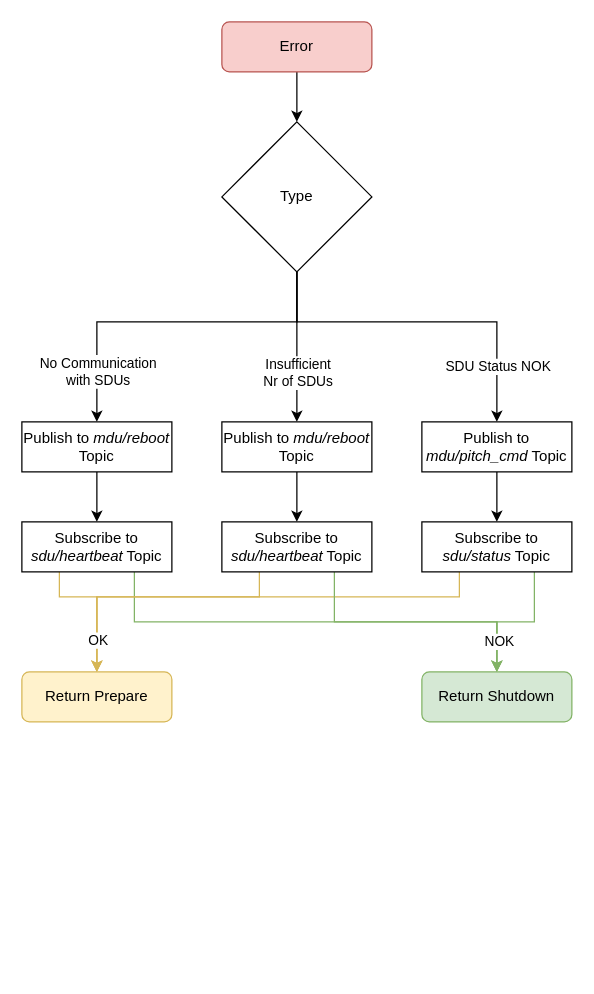
Above: page "SDU_ERROR" (9 of 10) of MESCC/2nd_year/2nd_semester/system_diagram.drawio in carlosrijo9/ISEP (draw.io), before the change. Source tidied: cells renumbered, new cells numbered last; positions are measured from the earlier drawing's top-left corner, leaving out a move shared by most shapes. Both pictures are drawn from the tidied source at 125%, with x=0, y=0 at pixel (21, 21).
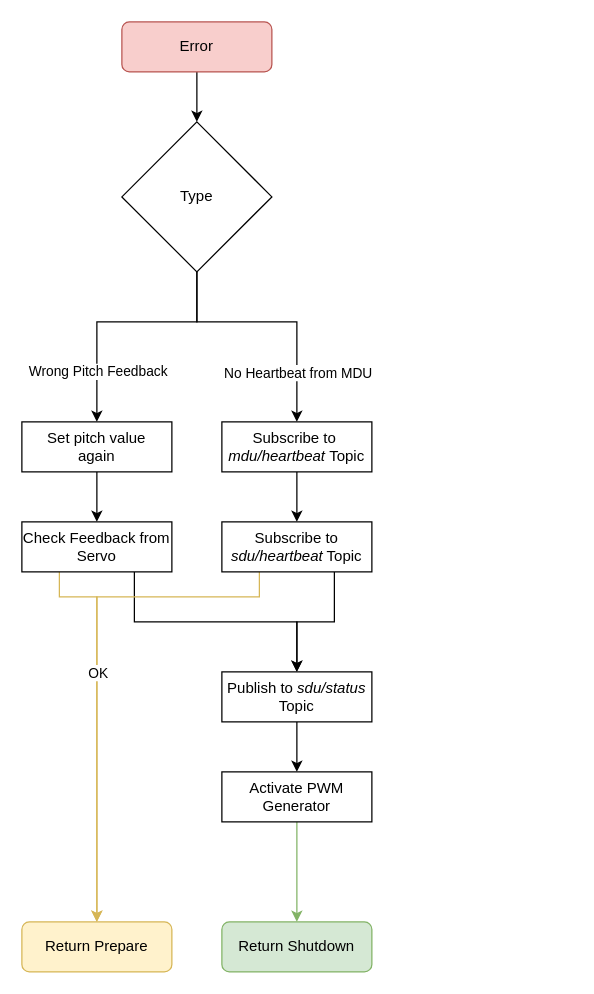
The same diagram, later.

Unchanged cells that the change refers to:
```xml
<mxCell id="25" style="edgeStyle=orthogonalEdgeStyle;rounded=0;jettySize=auto;html=1;exitX=0.25;exitY=1;exitDx=0;exitDy=0;entryX=0.5;entryY=0;entryDx=0;entryDy=0;fillColor=#fff2cc;strokeColor=#d6b656;" parent="1" edge="1" source="27" target="28">
  <mxGeometry relative="1" as="geometry">
    <Array as="points">
      <mxPoint x="190" y="460" />
      <mxPoint x="60" y="460" />
    </Array>
  </mxGeometry>
</mxCell>
<mxCell id="27" value="Subscribe to &lt;i&gt;sdu/heartbeat&lt;/i&gt; Topic" style="rounded=0;whiteSpace=wrap;html=1;" parent="1" vertex="1">
  <mxGeometry x="160" y="400" width="120" height="40" as="geometry" />
</mxCell>
```

Diff of the diagram source:
```diff
@@
     <mxCell id="3" value="Error" style="rounded=1;whiteSpace=wrap;html=1;fillColor=#f8cecc;strokeColor=#b85450;" parent="1" vertex="1">
-      <mxGeometry x="160" width="120" height="40" as="geometry" />
+      <mxGeometry x="80" width="120" height="40" as="geometry" />
     </mxCell>
     <mxCell id="4" style="edgeStyle=orthogonalEdgeStyle;rounded=0;jettySize=auto;html=1;exitX=0.5;exitY=1;exitDx=0;exitDy=0;entryX=0.5;entryY=0;entryDx=0;entryDy=0;" parent="1" edge="1" source="10" target="12">
       <mxGeometry relative="1" as="geometry">
         <Array as="points">
-          <mxPoint x="220" y="240" />
+          <mxPoint x="140" y="240" />
           <mxPoint x="60" y="240" />
         </Array>
       </mxGeometry>
     </mxCell>
-    <mxCell id="5" value="No Communication&lt;br&gt;with SDUs" style="edgeLabel;html=1;align=center;verticalAlign=middle;" parent="4" vertex="1">
+    <mxCell id="5" value="Wrong Pitch Feedback" style="edgeLabel;html=1;align=center;verticalAlign=middle;" parent="4" vertex="1">
       <mxGeometry x="0.76" y="1" relative="1" as="geometry">
-        <mxPoint x="-1" y="-7" as="offset" />
+        <mxPoint x="-1" y="-17" as="offset" />
       </mxGeometry>
     </mxCell>
     <mxCell id="6" style="edgeStyle=orthogonalEdgeStyle;rounded=0;jettySize=auto;html=1;exitX=0.5;exitY=1;exitDx=0;exitDy=0;entryX=0.5;entryY=0;entryDx=0;entryDy=0;" parent="1" edge="1" source="10" target="16">
-      <mxGeometry relative="1" as="geometry" />
+      <mxGeometry relative="1" as="geometry">
+        <Array as="points">
+          <mxPoint x="140" y="240" />
+          <mxPoint x="220" y="240" />
+        </Array>
+      </mxGeometry>
     </mxCell>
-    <mxCell id="7" value="Insufficient&lt;br&gt;Nr of SDUs" style="edgeLabel;html=1;align=center;verticalAlign=middle;" parent="6" vertex="1">
+    <mxCell id="7" value="No Heartbeat from MDU" style="edgeLabel;html=1;align=center;verticalAlign=middle;" parent="6" vertex="1">
       <mxGeometry x="0.49" y="-2" relative="1" as="geometry">
-        <mxPoint x="2" y="-9" as="offset" />
+        <mxPoint x="2" y="11" as="offset" />
       </mxGeometry>
     </mxCell>
-    <mxCell id="8" style="edgeStyle=orthogonalEdgeStyle;rounded=0;jettySize=auto;html=1;exitX=0.5;exitY=1;exitDx=0;exitDy=0;entryX=0.5;entryY=0;entryDx=0;entryDy=0;" parent="1" edge="1" source="10" target="14">
-      <mxGeometry relative="1" as="geometry">
-        <Array as="points">
-          <mxPoint x="220" y="240" />
-          <mxPoint x="380" y="240" />
-        </Array>
-      </mxGeometry>
-    </mxCell>
-    <mxCell id="9" value="SDU Status NOK" style="edgeLabel;html=1;align=center;verticalAlign=middle;" parent="8" vertex="1">
-      <mxGeometry x="0.68" y="-1" relative="1" as="geometry">
-        <mxPoint x="1" as="offset" />
-      </mxGeometry>
-    </mxCell>
     <mxCell id="10" value="Type" style="rhombus;whiteSpace=wrap;html=1;" parent="1" vertex="1">
-      <mxGeometry x="160" y="80" width="120" height="120" as="geometry" />
+      <mxGeometry x="80" y="80" width="120" height="120" as="geometry" />
     </mxCell>
@@
-    <mxCell id="12" value="Publish to &lt;i&gt;mdu/reboot&lt;/i&gt; Topic" style="rounded=0;whiteSpace=wrap;html=1;" parent="1" vertex="1">
+    <mxCell id="12" value="Set pitch value&lt;br style=&quot;border-color: var(--border-color);&quot;&gt;again" style="rounded=0;whiteSpace=wrap;html=1;" parent="1" vertex="1">
       <mxGeometry y="320" width="120" height="40" as="geometry" />
     </mxCell>
-    <mxCell id="13" style="edgeStyle=orthogonalEdgeStyle;rounded=0;jettySize=auto;html=1;" parent="1" edge="1" source="14" target="22">
-      <mxGeometry relative="1" as="geometry" />
-    </mxCell>
-    <mxCell id="14" value="Publish to &lt;i&gt;mdu/pitch_cmd&lt;/i&gt; Topic" style="rounded=0;whiteSpace=wrap;html=1;" parent="1" vertex="1">
-      <mxGeometry x="320" y="320" width="120" height="40" as="geometry" />
-    </mxCell>
@@
-    <mxCell id="16" value="Publish to &lt;i&gt;mdu/reboot&lt;/i&gt; Topic" style="rounded=0;whiteSpace=wrap;html=1;" parent="1" vertex="1">
+    <mxCell id="16" value="Subscribe to&amp;nbsp;&lt;br&gt;&lt;i style=&quot;border-color: var(--border-color);&quot;&gt;mdu/heartbeat&lt;/i&gt;&amp;nbsp;Topic" style="rounded=0;whiteSpace=wrap;html=1;" parent="1" vertex="1">
       <mxGeometry x="160" y="320" width="120" height="40" as="geometry" />
     </mxCell>
-    <mxCell id="17" style="edgeStyle=orthogonalEdgeStyle;rounded=0;jettySize=auto;html=1;exitX=0.75;exitY=1;exitDx=0;exitDy=0;entryX=0.5;entryY=0;entryDx=0;entryDy=0;fillColor=#d5e8d4;strokeColor=#82b366;" parent="1" edge="1" source="19" target="29">
+    <mxCell id="17" style="edgeStyle=orthogonalEdgeStyle;rounded=0;jettySize=auto;html=1;exitX=0.75;exitY=1;exitDx=0;exitDy=0;entryX=0.5;entryY=0;entryDx=0;entryDy=0;fillColor=#d5e8d4;strokeColor=#000000;" parent="1" edge="1" source="19" target="32">
       <mxGeometry relative="1" as="geometry">
         <Array as="points">
           <mxPoint x="90" y="480" />
-          <mxPoint x="380" y="480" />
+          <mxPoint x="220" y="480" />
         </Array>
       </mxGeometry>
     </mxCell>
@@
-    <mxCell id="19" value="Subscribe to &lt;i&gt;sdu/heartbeat&lt;/i&gt; Topic" style="rounded=0;whiteSpace=wrap;html=1;" parent="1" vertex="1">
+    <mxCell id="19" value="Check Feedback from Servo" style="rounded=0;whiteSpace=wrap;html=1;" parent="1" vertex="1">
       <mxGeometry y="400" width="120" height="40" as="geometry" />
     </mxCell>
-    <mxCell id="20" style="edgeStyle=orthogonalEdgeStyle;rounded=0;jettySize=auto;html=1;exitX=0.75;exitY=1;exitDx=0;exitDy=0;entryX=0.5;entryY=0;entryDx=0;entryDy=0;fillColor=#d5e8d4;strokeColor=#82b366;" parent="1" edge="1" source="22" target="29">
-      <mxGeometry relative="1" as="geometry" />
-    </mxCell>
-    <mxCell id="21" style="edgeStyle=orthogonalEdgeStyle;rounded=0;jettySize=auto;html=1;exitX=0.25;exitY=1;exitDx=0;exitDy=0;entryX=0.5;entryY=0;entryDx=0;entryDy=0;fillColor=#fff2cc;strokeColor=#d6b656;" parent="1" edge="1" source="22" target="28">
-      <mxGeometry relative="1" as="geometry">
-        <Array as="points">
-          <mxPoint x="350" y="460" />
-          <mxPoint x="60" y="460" />
-        </Array>
-      </mxGeometry>
-    </mxCell>
-    <mxCell id="22" value="Subscribe to &lt;i&gt;sdu/status&lt;/i&gt; Topic" style="rounded=0;whiteSpace=wrap;html=1;" parent="1" vertex="1">
-      <mxGeometry x="320" y="400" width="120" height="40" as="geometry" />
-    </mxCell>
-    <mxCell id="23" style="edgeStyle=orthogonalEdgeStyle;rounded=0;jettySize=auto;html=1;exitX=0.75;exitY=1;exitDx=0;exitDy=0;entryX=0.5;entryY=0;entryDx=0;entryDy=0;fillColor=#d5e8d4;strokeColor=#82b366;" parent="1" edge="1" source="27" target="29">
-      <mxGeometry relative="1" as="geometry" />
-    </mxCell>
-    <mxCell id="24" value="NOK" style="edgeLabel;html=1;align=center;verticalAlign=middle;" parent="23" vertex="1">
-      <mxGeometry x="0.76" y="1" relative="1" as="geometry" />
-    </mxCell>
@@
     <mxCell id="26" value="OK" style="edgeLabel;html=1;align=center;verticalAlign=middle;" parent="25" vertex="1">
-      <mxGeometry x="0.75" relative="1" as="geometry" />
+      <mxGeometry x="0.75" relative="1" as="geometry">
+        <mxPoint y="-149" as="offset" />
+      </mxGeometry>
     </mxCell>
+    <mxCell id="30" style="edgeStyle=orthogonalEdgeStyle;rounded=0;jettySize=auto;html=1;exitX=0.75;exitY=1;exitDx=0;exitDy=0;entryX=0.5;entryY=0;entryDx=0;entryDy=0;" parent="1" edge="1" source="27" target="32">
+      <mxGeometry relative="1" as="geometry" />
+    </mxCell>
@@
     <mxCell id="28" value="Return Prepare" style="rounded=1;whiteSpace=wrap;html=1;fillColor=#fff2cc;strokeColor=#d6b656;" parent="1" vertex="1">
-      <mxGeometry y="520" width="120" height="40" as="geometry" />
+      <mxGeometry y="720" width="120" height="40" as="geometry" />
     </mxCell>
+    <mxCell id="31" style="edgeStyle=orthogonalEdgeStyle;rounded=0;jettySize=auto;html=1;" parent="1" edge="1" source="32" target="34">
+      <mxGeometry relative="1" as="geometry" />
+    </mxCell>
+    <mxCell id="32" value="Publish to &lt;i&gt;sdu/status&lt;/i&gt; Topic" style="rounded=0;whiteSpace=wrap;html=1;" parent="1" vertex="1">
+      <mxGeometry x="160" y="520" width="120" height="40" as="geometry" />
+    </mxCell>
+    <mxCell id="33" style="edgeStyle=orthogonalEdgeStyle;rounded=0;jettySize=auto;html=1;fillColor=#d5e8d4;strokeColor=#82b366;" parent="1" edge="1" source="34" target="29">
+      <mxGeometry relative="1" as="geometry" />
+    </mxCell>
+    <mxCell id="34" value="Activate PWM Generator" style="rounded=0;whiteSpace=wrap;html=1;" parent="1" vertex="1">
+      <mxGeometry x="160" y="600" width="120" height="40" as="geometry" />
+    </mxCell>
     <mxCell id="29" value="Return Shutdown" style="rounded=1;whiteSpace=wrap;html=1;fillColor=#d5e8d4;strokeColor=#82b366;" parent="1" vertex="1">
-      <mxGeometry x="320" y="520" width="120" height="40" as="geometry" />
+      <mxGeometry x="160" y="720" width="120" height="40" as="geometry" />
     </mxCell>
```
